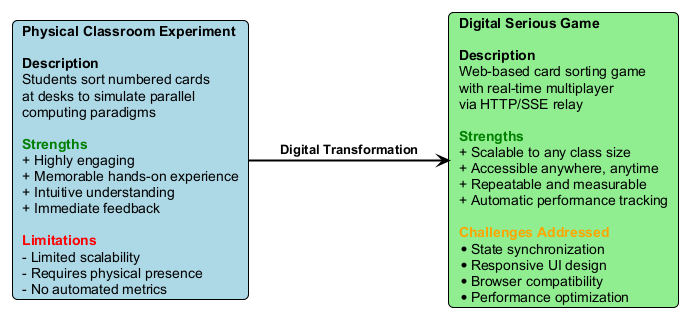
Siponek/HPC-thesis keeps this PlantUML diagram as figures/diagrams/physical-to-digital-mapping.png. Above is the earlier version.
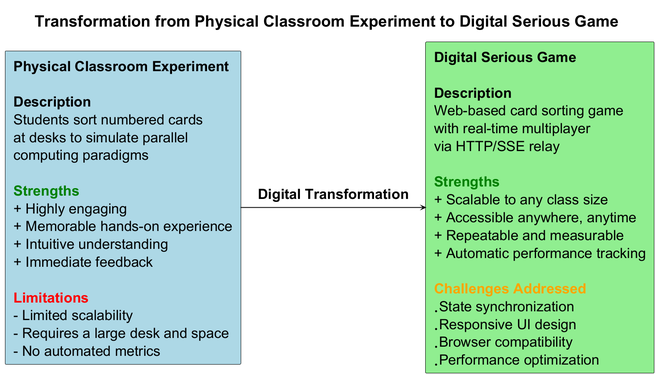
The same file after the commit.

The edit, as a diff of the source:
```diff
@@ -1,16 +1,15 @@
 @startuml physical-to-digital-mapping
 !theme plain
-skinparam backgroundColor white
-skinparam defaultFontName Arial
+!include ../shared/theme.puml
 skinparam Shadowing false
-skinparam RoundCorner 10
 
 top to bottom direction
 skinparam nodesep 60
 skinparam ranksep 20
+title Transformation from Physical Classroom Experiment to Digital Serious Game
 
 together {
-  card "**Physical Classroom Experiment**\n\n<b>Description</b>\nStudents sort numbered cards\nat desks to simulate parallel\ncomputing paradigms\n\n<color:green><b>Strengths</b></color>\n+ Highly engaging\n+ Memorable hands-on experience\n+ Intuitive understanding\n+ Immediate feedback\n\n<color:red><b>Limitations</b></color>\n- Limited scalability\n- Requires physical presence\n- No automated metrics" as PHYS #LightBlue
+  card "**Physical Classroom Experiment**\n\n<b>Description</b>\nStudents sort numbered cards\nat desks to simulate parallel\ncomputing paradigms\n\n<color:green><b>Strengths</b></color>\n+ Highly engaging\n+ Memorable hands-on experience\n+ Intuitive understanding\n+ Immediate feedback\n\n<color:red><b>Limitations</b></color>\n- Limited scalability\n- Requires a large desk and space\n- No automated metrics" as PHYS #LightBlue
 
   card "**Digital Serious Game**\n\n<b>Description</b>\nWeb-based card sorting game\nwith real-time multiplayer\nvia HTTP/SSE relay\n\n<color:green><b>Strengths</b></color>\n+ Scalable to any class size\n+ Accessible anywhere, anytime\n+ Repeatable and measurable\n+ Automatic performance tracking\n\n<color:orange><b>Challenges Addressed</b></color>\n* State synchronization\n* Responsive UI design\n* Browser compatibility\n* Performance optimization" as DIGI #LightGreen
 }
```
